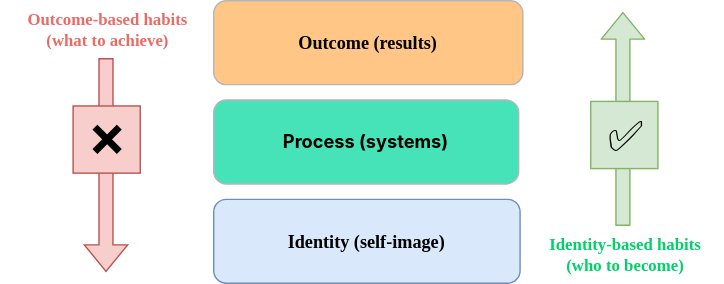
datkumar/my-diagrams keeps this draw.io diagram as Atomic_Habits/Layers_of_Behavioural_Change.drawio.svg. Above is the earlier version. Source tidied: cells renumbered, new cells last; positions are measured from the earlier drawing's top-left corner, leaving out a move shared by most shapes.
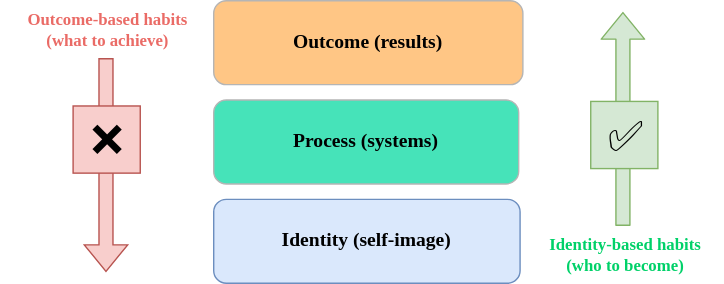
The same file after the commit.

Change to the diagram source:
```diff
@@ -2,13 +2,13 @@
   <root>
     <mxCell id="0" />
     <mxCell id="1" parent="0" />
-    <mxCell id="2" value="&lt;p style=&quot;font-size: 13px;&quot;&gt;&lt;font&gt;Outcome (results)&lt;/font&gt;&lt;br style=&quot;font-size: 13px;&quot;&gt;&lt;/p&gt;" style="rounded=1;whiteSpace=wrap;html=1;arcSize=15;strokeColor=#B5B5B5;fontFamily=Poppins;fontColor=#000000;labelBackgroundColor=none;labelBorderColor=none;fillColor=#FFC685;fontSource=https%3A%2F%2Ffonts.googleapis.com%2Fcss%3Ffamily%3DPoppins;fontSize=13;fontStyle=1;" parent="1" vertex="1">
+    <mxCell id="2" value="&lt;p style=&quot;font-size: 14px;&quot;&gt;&lt;font style=&quot;font-size: 14px;&quot;&gt;Outcome (results)&lt;/font&gt;&lt;font style=&quot;font-size: 14px;&quot;&gt;&lt;br style=&quot;font-size: 14px;&quot;&gt;&lt;/font&gt;&lt;/p&gt;" style="rounded=1;whiteSpace=wrap;html=1;arcSize=15;strokeColor=#B5B5B5;fontFamily=Montserrat;fontColor=#000000;labelBackgroundColor=none;labelBorderColor=none;fillColor=#FFC685;fontSource=https%3A%2F%2Ffonts.googleapis.com%2Fcss%3Ffamily%3DMontserrat;fontSize=14;fontStyle=1;" parent="1" vertex="1">
       <mxGeometry x="152" width="221" height="60" as="geometry" />
     </mxCell>
-    <mxCell id="3" value="&lt;p style=&quot;font-size: 13px;&quot;&gt;&lt;font face=&quot;Inter&quot;&gt;Process (systems)&lt;br style=&quot;font-size: 13px;&quot;&gt;&lt;/font&gt;&lt;/p&gt;" style="rounded=1;whiteSpace=wrap;html=1;arcSize=15;strokeColor=#B5B5B5;fontFamily=Poppins;fontColor=#000000;labelBackgroundColor=none;labelBorderColor=none;fillColor=#46E3B9;fontSource=https%3A%2F%2Ffonts.googleapis.com%2Fcss%3Ffamily%3DPoppins;fontSize=13;fontStyle=1;" parent="1" vertex="1">
+    <mxCell id="3" value="&lt;p style=&quot;font-size: 14px;&quot;&gt;&lt;b style=&quot;font-size: 14px;&quot;&gt;&lt;font style=&quot;font-size: 14px;&quot;&gt;Process (systems)&lt;/font&gt;&lt;font style=&quot;font-size: 14px;&quot;&gt;&lt;br style=&quot;font-size: 14px;&quot;&gt;&lt;/font&gt;&lt;/b&gt;&lt;/p&gt;" style="rounded=1;whiteSpace=wrap;html=1;arcSize=15;strokeColor=#B5B5B5;fontFamily=Montserrat;fontColor=#000000;labelBackgroundColor=none;labelBorderColor=none;fillColor=#46E3B9;fontSource=https%3A%2F%2Ffonts.googleapis.com%2Fcss%3Ffamily%3DMontserrat;fontSize=14;fontStyle=1;" parent="1" vertex="1">
       <mxGeometry x="152" y="71" width="218" height="60" as="geometry" />
     </mxCell>
-    <mxCell id="4" value="&lt;p style=&quot;font-size: 13px;&quot;&gt;&lt;font face=&quot;Rubik&quot;&gt;Identity (self-image)&lt;/font&gt;&lt;br style=&quot;font-size: 13px;&quot;&gt;&lt;/p&gt;" style="rounded=1;whiteSpace=wrap;html=1;arcSize=15;strokeColor=#6c8ebf;fontFamily=Poppins;labelBackgroundColor=none;labelBorderColor=none;fillColor=#dae8fc;fontSource=https%3A%2F%2Ffonts.googleapis.com%2Fcss%3Ffamily%3DPoppins;fontSize=13;fontStyle=1;" parent="1" vertex="1">
+    <mxCell id="4" value="&lt;p style=&quot;font-size: 14px;&quot;&gt;&lt;font style=&quot;font-size: 14px;&quot;&gt;Identity (self-image)&lt;/font&gt;&lt;br style=&quot;font-size: 14px;&quot;&gt;&lt;/p&gt;" style="rounded=1;whiteSpace=wrap;html=1;arcSize=15;strokeColor=#6c8ebf;fontFamily=Montserrat;labelBackgroundColor=none;labelBorderColor=none;fillColor=#dae8fc;fontSource=https%3A%2F%2Ffonts.googleapis.com%2Fcss%3Ffamily%3DMontserrat;fontSize=14;fontStyle=1;" parent="1" vertex="1">
       <mxGeometry x="152" y="142" width="219" height="60" as="geometry" />
     </mxCell>
     <mxCell id="5" style="edgeStyle=none;orthogonalLoop=1;jettySize=auto;html=1;fontColor=#B5B5B5;labelBackgroundColor=none;labelBorderColor=none;strokeColor=#82b366;curved=1;shape=flexArrow;fontFamily=Poppins;fontSource=https%3A%2F%2Ffonts.googleapis.com%2Fcss%3Ffamily%3DPoppins;fillColor=#d5e8d4;" parent="1" edge="1">
```
